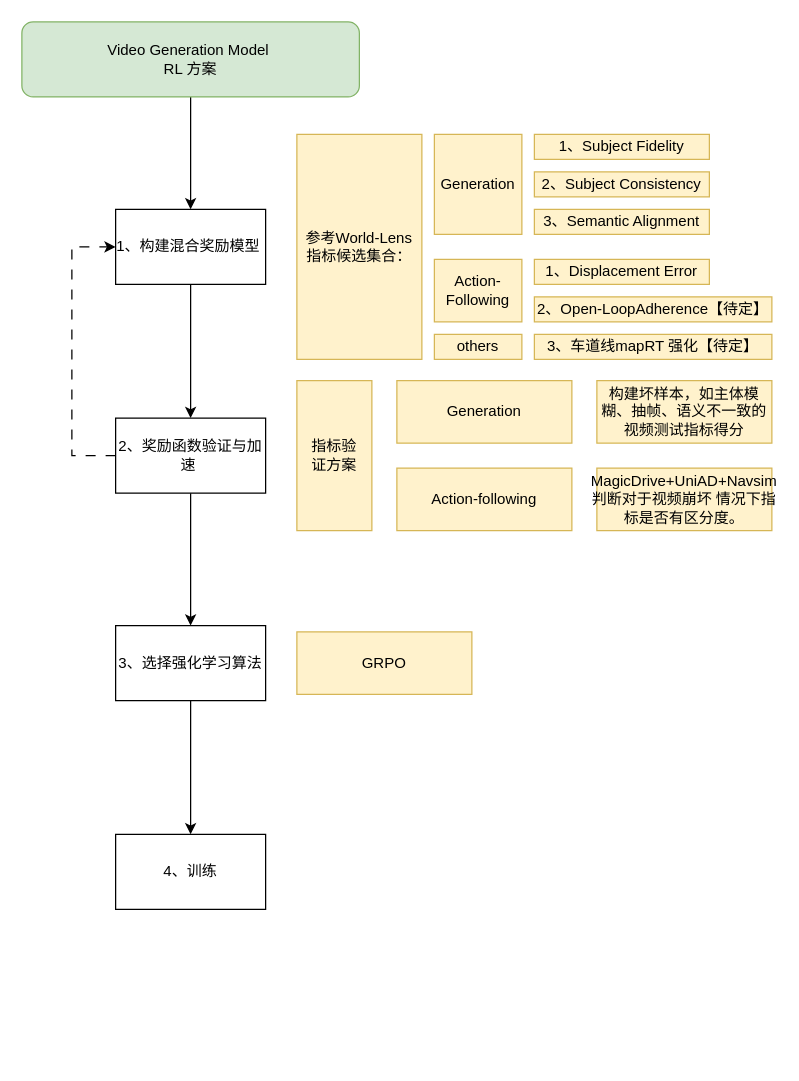
NinoNeumann/drawio_projects keeps this draw.io diagram as 未命名绘图.drawio. Above is the earlier version. Source tidied: cells renumbered, new cells numbered last; positions are measured from the earlier drawing's top-left corner, leaving out a move shared by most shapes. Both pictures are drawn from the tidied source at 125%, with x=0, y=0 at pixel (21, 21).
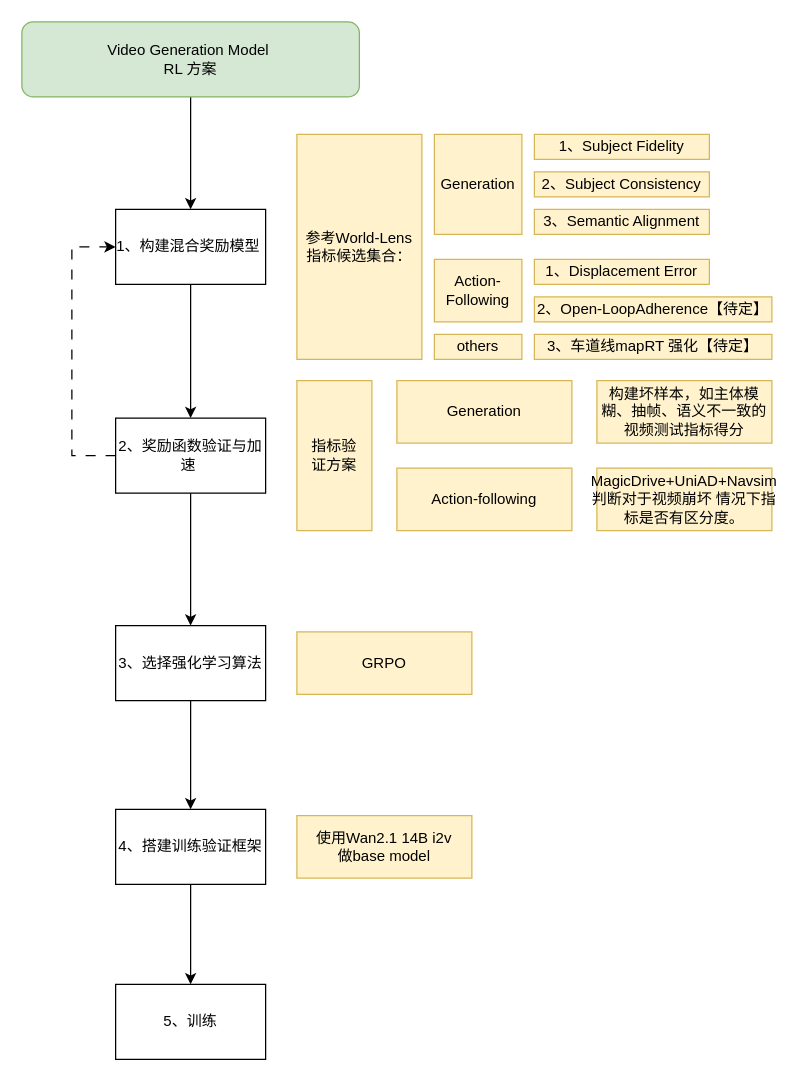
After the change.

Commit message:
添加RL 安排 add “搭建训练验证框架”

Unchanged cells that the change refers to:
```xml
<mxCell id="10" value="3、选择强化学习算法" style="rounded=0;whiteSpace=wrap;html=1;" parent="1" vertex="1">
  <mxGeometry x="75" y="483" width="120" height="60" as="geometry" />
</mxCell>
```

What changed in the source:
```diff
@@
-    <mxCell id="9" style="edgeStyle=orthogonalEdgeStyle;rounded=0;jettySize=auto;html=1;exitX=0.5;exitY=1;exitDx=0;exitDy=0;entryX=0.5;entryY=0;entryDx=0;entryDy=0;" parent="1" edge="1" source="10" target="11">
-      <mxGeometry relative="1" as="geometry" />
-    </mxCell>
+    <mxCell id="28" style="edgeStyle=orthogonalEdgeStyle;rounded=0;jettySize=auto;html=1;exitX=0.5;exitY=1;exitDx=0;exitDy=0;" parent="1" edge="1" source="10" target="30">
+      <mxGeometry relative="1" as="geometry" />
+    </mxCell>
@@
-    <mxCell id="11" value="4、训练" style="rounded=0;whiteSpace=wrap;html=1;" parent="1" vertex="1">
-      <mxGeometry x="75" y="650" width="120" height="60" as="geometry" />
+    <mxCell id="11" value="5、训练" style="rounded=0;whiteSpace=wrap;html=1;" parent="1" vertex="1">
+      <mxGeometry x="75" y="770" width="120" height="60" as="geometry" />
     </mxCell>
@@
+    <mxCell id="29" style="edgeStyle=orthogonalEdgeStyle;rounded=0;jettySize=auto;html=1;exitX=0.5;exitY=1;exitDx=0;exitDy=0;" parent="1" edge="1" source="30" target="11">
+      <mxGeometry relative="1" as="geometry" />
+    </mxCell>
+    <mxCell id="30" value="4、搭建训练验证框架" style="rounded=0;whiteSpace=wrap;html=1;" parent="1" vertex="1">
+      <mxGeometry x="75" y="630" width="120" height="60" as="geometry" />
+    </mxCell>
+    <mxCell id="31" value="使用Wan2.1 14B i2v&lt;div&gt;做base model&lt;/div&gt;" style="rounded=0;whiteSpace=wrap;html=1;fillColor=#fff2cc;strokeColor=#d6b656;" parent="1" vertex="1">
+      <mxGeometry x="220" y="635" width="140" height="50" as="geometry" />
+    </mxCell>
```
